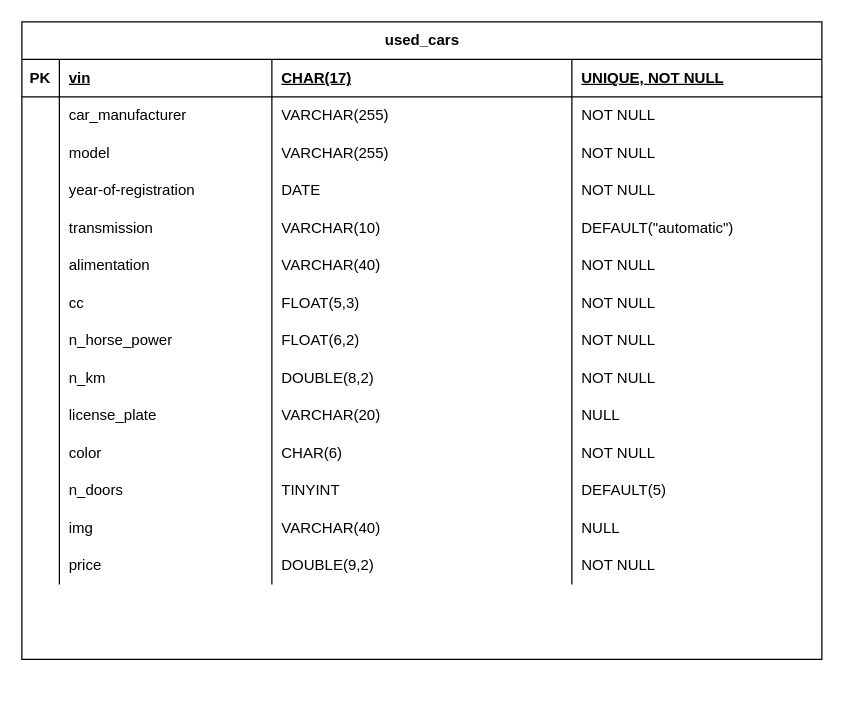
Before: db-first.drawio in VitaFrancesco/db-first, a draw.io diagram. Source tidied: cells renumbered, new cells numbered last; positions are measured from the earlier drawing's top-left corner, leaving out a move shared by most shapes. Both pictures are drawn from the tidied source at 125%, with x=0, y=0 at pixel (21, 21).
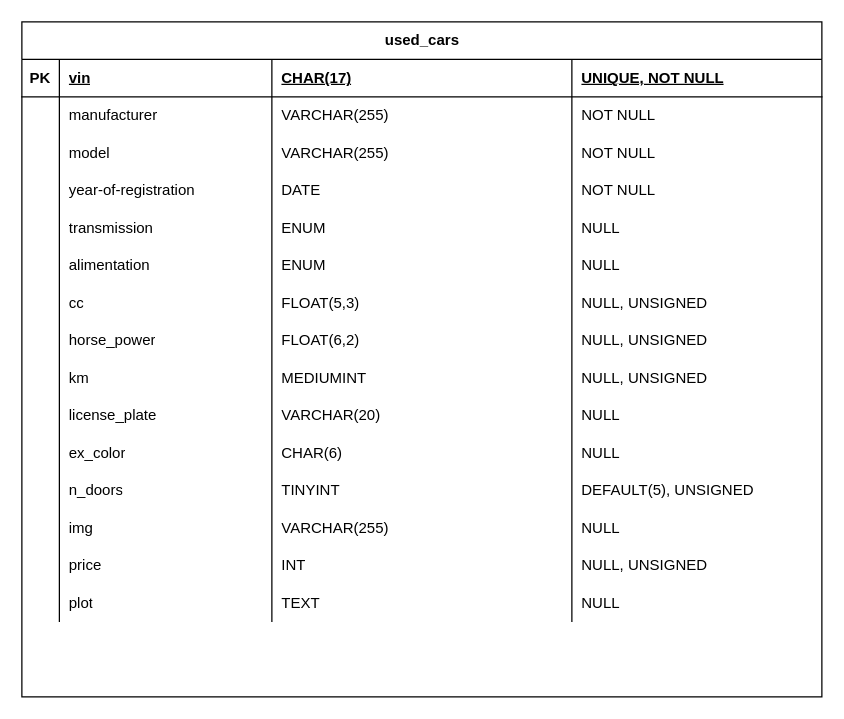
Above is the later version.

Commit message (it also covers changes not shown here):
FEAT: table of database structure

Unchanged cells that the change refers to:
```xml
<mxCell id="8" style="shape=tableRow;horizontal=0;startSize=0;swimlaneHead=0;swimlaneBody=0;fillColor=none;top=0;left=0;right=0;bottom=0;" parent="2" vertex="1">
  <mxGeometry y="60" width="640" height="30" as="geometry" />
</mxCell>
<mxCell id="23" style="shape=tableRow;horizontal=0;startSize=0;swimlaneHead=0;swimlaneBody=0;fillColor=none;top=0;left=0;right=0;bottom=0;" parent="2" vertex="1">
  <mxGeometry y="150" width="640" height="30" as="geometry" />
</mxCell>
<mxCell id="28" style="shape=tableRow;horizontal=0;startSize=0;swimlaneHead=0;swimlaneBody=0;fillColor=none;top=0;left=0;right=0;bottom=0;" parent="2" vertex="1">
  <mxGeometry y="180" width="640" height="30" as="geometry" />
</mxCell>
<mxCell id="33" style="shape=tableRow;horizontal=0;startSize=0;swimlaneHead=0;swimlaneBody=0;fillColor=none;top=0;left=0;right=0;bottom=0;" parent="2" vertex="1">
  <mxGeometry y="210" width="640" height="30" as="geometry" />
</mxCell>
<mxCell id="38" style="shape=tableRow;horizontal=0;startSize=0;swimlaneHead=0;swimlaneBody=0;fillColor=none;top=0;left=0;right=0;bottom=0;" parent="2" vertex="1">
  <mxGeometry y="240" width="640" height="30" as="geometry" />
</mxCell>
<mxCell id="43" style="shape=tableRow;horizontal=0;startSize=0;swimlaneHead=0;swimlaneBody=0;fillColor=none;top=0;left=0;right=0;bottom=0;" parent="2" vertex="1">
  <mxGeometry y="270" width="640" height="30" as="geometry" />
</mxCell>
<mxCell id="53" style="shape=tableRow;horizontal=0;startSize=0;swimlaneHead=0;swimlaneBody=0;fillColor=none;top=0;left=0;right=0;bottom=0;" parent="2" vertex="1">
  <mxGeometry y="330" width="640" height="30" as="geometry" />
</mxCell>
<mxCell id="58" style="shape=tableRow;horizontal=0;startSize=0;swimlaneHead=0;swimlaneBody=0;fillColor=none;top=0;left=0;right=0;bottom=0;" parent="2" vertex="1">
  <mxGeometry y="360" width="640" height="30" as="geometry" />
</mxCell>
<mxCell id="63" style="shape=tableRow;horizontal=0;startSize=0;swimlaneHead=0;swimlaneBody=0;fillColor=none;top=0;left=0;right=0;bottom=0;" parent="2" vertex="1">
  <mxGeometry y="390" width="640" height="30" as="geometry" />
</mxCell>
<mxCell id="68" style="shape=tableRow;horizontal=0;startSize=0;swimlaneHead=0;swimlaneBody=0;fillColor=none;top=0;left=0;right=0;bottom=0;" parent="2" vertex="1">
  <mxGeometry y="420" width="640" height="30" as="geometry" />
</mxCell>
```

Change to the diagram source:
```diff
@@
     <mxCell id="2" value="used_cars" style="shape=table;startSize=30;childLayout=tableLayout;rowLines=0;fontStyle=1;align=center;html=1;strokeColor=default;swimlaneLine=1;" parent="1" vertex="1">
-      <mxGeometry width="640" height="510" as="geometry" />
+      <mxGeometry width="640" height="540" as="geometry" />
     </mxCell>
@@
-    <mxCell id="10" value="car_manufacturer" style="shape=partialRectangle;fillColor=none;top=0;left=0;bottom=0;right=0;align=left;spacingLeft=6;overflow=hidden;whiteSpace=wrap;html=1;" parent="8" vertex="1">
+    <mxCell id="10" value="&lt;div&gt;&lt;span style=&quot;background-color: initial;&quot;&gt;manufacturer&lt;/span&gt;&lt;/div&gt;" style="shape=partialRectangle;fillColor=none;top=0;left=0;bottom=0;right=0;align=left;spacingLeft=6;overflow=hidden;whiteSpace=wrap;html=1;" parent="8" vertex="1">
       <mxGeometry x="30" width="170" height="30" as="geometry" />
     </mxCell>
@@
-    <mxCell id="26" value="VARCHAR(10)" style="shape=partialRectangle;fillColor=none;top=0;left=0;bottom=0;right=0;align=left;spacingLeft=6;overflow=hidden;whiteSpace=wrap;html=1;" parent="23" vertex="1">
+    <mxCell id="26" value="ENUM" style="shape=partialRectangle;fillColor=none;top=0;left=0;bottom=0;right=0;align=left;spacingLeft=6;overflow=hidden;whiteSpace=wrap;html=1;" parent="23" vertex="1">
       <mxGeometry x="200" width="240" height="30" as="geometry" />
     </mxCell>
-    <mxCell id="27" value="DEFAULT(&quot;automatic&quot;)" style="shape=partialRectangle;fillColor=none;top=0;left=0;bottom=0;right=0;align=left;spacingLeft=6;overflow=hidden;whiteSpace=wrap;html=1;" parent="23" vertex="1">
+    <mxCell id="27" value="NULL" style="shape=partialRectangle;fillColor=none;top=0;left=0;bottom=0;right=0;align=left;spacingLeft=6;overflow=hidden;whiteSpace=wrap;html=1;" parent="23" vertex="1">
       <mxGeometry x="440" width="200" height="30" as="geometry" />
     </mxCell>
@@
-    <mxCell id="31" value="VARCHAR(40)" style="shape=partialRectangle;fillColor=none;top=0;left=0;bottom=0;right=0;align=left;spacingLeft=6;overflow=hidden;whiteSpace=wrap;html=1;" parent="28" vertex="1">
+    <mxCell id="31" value="ENUM" style="shape=partialRectangle;fillColor=none;top=0;left=0;bottom=0;right=0;align=left;spacingLeft=6;overflow=hidden;whiteSpace=wrap;html=1;" parent="28" vertex="1">
       <mxGeometry x="200" width="240" height="30" as="geometry" />
     </mxCell>
-    <mxCell id="32" value="NOT NULL" style="shape=partialRectangle;fillColor=none;top=0;left=0;bottom=0;right=0;align=left;spacingLeft=6;overflow=hidden;whiteSpace=wrap;html=1;" parent="28" vertex="1">
+    <mxCell id="32" value="NULL" style="shape=partialRectangle;fillColor=none;top=0;left=0;bottom=0;right=0;align=left;spacingLeft=6;overflow=hidden;whiteSpace=wrap;html=1;" parent="28" vertex="1">
       <mxGeometry x="440" width="200" height="30" as="geometry" />
     </mxCell>
@@
-    <mxCell id="37" value="NOT NULL" style="shape=partialRectangle;fillColor=none;top=0;left=0;bottom=0;right=0;align=left;spacingLeft=6;overflow=hidden;whiteSpace=wrap;html=1;" parent="33" vertex="1">
+    <mxCell id="37" value="NULL, UNSIGNED" style="shape=partialRectangle;fillColor=none;top=0;left=0;bottom=0;right=0;align=left;spacingLeft=6;overflow=hidden;whiteSpace=wrap;html=1;" parent="33" vertex="1">
       <mxGeometry x="440" width="200" height="30" as="geometry" />
     </mxCell>
@@
-    <mxCell id="40" value="n_horse_power" style="shape=partialRectangle;fillColor=none;top=0;left=0;bottom=0;right=0;align=left;spacingLeft=6;overflow=hidden;whiteSpace=wrap;html=1;" parent="38" vertex="1">
+    <mxCell id="40" value="horse_power" style="shape=partialRectangle;fillColor=none;top=0;left=0;bottom=0;right=0;align=left;spacingLeft=6;overflow=hidden;whiteSpace=wrap;html=1;" parent="38" vertex="1">
       <mxGeometry x="30" width="170" height="30" as="geometry" />
     </mxCell>
@@
-    <mxCell id="42" value="NOT NULL" style="shape=partialRectangle;fillColor=none;top=0;left=0;bottom=0;right=0;align=left;spacingLeft=6;overflow=hidden;whiteSpace=wrap;html=1;" parent="38" vertex="1">
+    <mxCell id="42" value="NULL, UNSIGNED" style="shape=partialRectangle;fillColor=none;top=0;left=0;bottom=0;right=0;align=left;spacingLeft=6;overflow=hidden;whiteSpace=wrap;html=1;" parent="38" vertex="1">
       <mxGeometry x="440" width="200" height="30" as="geometry" />
     </mxCell>
@@
-    <mxCell id="45" value="n_km" style="shape=partialRectangle;fillColor=none;top=0;left=0;bottom=0;right=0;align=left;spacingLeft=6;overflow=hidden;whiteSpace=wrap;html=1;" parent="43" vertex="1">
+    <mxCell id="45" value="km" style="shape=partialRectangle;fillColor=none;top=0;left=0;bottom=0;right=0;align=left;spacingLeft=6;overflow=hidden;whiteSpace=wrap;html=1;" parent="43" vertex="1">
       <mxGeometry x="30" width="170" height="30" as="geometry" />
     </mxCell>
-    <mxCell id="46" value="DOUBLE(8,2)" style="shape=partialRectangle;fillColor=none;top=0;left=0;bottom=0;right=0;align=left;spacingLeft=6;overflow=hidden;whiteSpace=wrap;html=1;" parent="43" vertex="1">
+    <mxCell id="46" value="MEDIUMINT" style="shape=partialRectangle;fillColor=none;top=0;left=0;bottom=0;right=0;align=left;spacingLeft=6;overflow=hidden;whiteSpace=wrap;html=1;" parent="43" vertex="1">
       <mxGeometry x="200" width="240" height="30" as="geometry" />
     </mxCell>
-    <mxCell id="47" value="NOT NULL" style="shape=partialRectangle;fillColor=none;top=0;left=0;bottom=0;right=0;align=left;spacingLeft=6;overflow=hidden;whiteSpace=wrap;html=1;" parent="43" vertex="1">
+    <mxCell id="47" value="NULL, UNSIGNED" style="shape=partialRectangle;fillColor=none;top=0;left=0;bottom=0;right=0;align=left;spacingLeft=6;overflow=hidden;whiteSpace=wrap;html=1;" parent="43" vertex="1">
       <mxGeometry x="440" width="200" height="30" as="geometry" />
     </mxCell>
@@
-    <mxCell id="55" value="color" style="shape=partialRectangle;fillColor=none;top=0;left=0;bottom=0;right=0;align=left;spacingLeft=6;overflow=hidden;whiteSpace=wrap;html=1;" parent="53" vertex="1">
+    <mxCell id="55" value="ex_color" style="shape=partialRectangle;fillColor=none;top=0;left=0;bottom=0;right=0;align=left;spacingLeft=6;overflow=hidden;whiteSpace=wrap;html=1;" parent="53" vertex="1">
       <mxGeometry x="30" width="170" height="30" as="geometry" />
     </mxCell>
@@
-    <mxCell id="57" value="NOT NULL" style="shape=partialRectangle;fillColor=none;top=0;left=0;bottom=0;right=0;align=left;spacingLeft=6;overflow=hidden;whiteSpace=wrap;html=1;" parent="53" vertex="1">
+    <mxCell id="57" value="NULL" style="shape=partialRectangle;fillColor=none;top=0;left=0;bottom=0;right=0;align=left;spacingLeft=6;overflow=hidden;whiteSpace=wrap;html=1;" parent="53" vertex="1">
       <mxGeometry x="440" width="200" height="30" as="geometry" />
     </mxCell>
@@
-    <mxCell id="62" value="DEFAULT(5)" style="shape=partialRectangle;fillColor=none;top=0;left=0;bottom=0;right=0;align=left;spacingLeft=6;overflow=hidden;whiteSpace=wrap;html=1;" parent="58" vertex="1">
+    <mxCell id="62" value="DEFAULT(5), UNSIGNED" style="shape=partialRectangle;fillColor=none;top=0;left=0;bottom=0;right=0;align=left;spacingLeft=6;overflow=hidden;whiteSpace=wrap;html=1;" parent="58" vertex="1">
       <mxGeometry x="440" width="200" height="30" as="geometry" />
     </mxCell>
@@
-    <mxCell id="66" value="VARCHAR(40)" style="shape=partialRectangle;fillColor=none;top=0;left=0;bottom=0;right=0;align=left;spacingLeft=6;overflow=hidden;whiteSpace=wrap;html=1;" parent="63" vertex="1">
+    <mxCell id="66" value="VARCHAR(255)" style="shape=partialRectangle;fillColor=none;top=0;left=0;bottom=0;right=0;align=left;spacingLeft=6;overflow=hidden;whiteSpace=wrap;html=1;" parent="63" vertex="1">
       <mxGeometry x="200" width="240" height="30" as="geometry" />
     </mxCell>
@@
-    <mxCell id="71" value="DOUBLE(9,2)" style="shape=partialRectangle;fillColor=none;top=0;left=0;bottom=0;right=0;align=left;spacingLeft=6;overflow=hidden;whiteSpace=wrap;html=1;" parent="68" vertex="1">
+    <mxCell id="71" value="INT" style="shape=partialRectangle;fillColor=none;top=0;left=0;bottom=0;right=0;align=left;spacingLeft=6;overflow=hidden;whiteSpace=wrap;html=1;" parent="68" vertex="1">
       <mxGeometry x="200" width="240" height="30" as="geometry" />
     </mxCell>
-    <mxCell id="72" value="NOT NULL" style="shape=partialRectangle;fillColor=none;top=0;left=0;bottom=0;right=0;align=left;spacingLeft=6;overflow=hidden;whiteSpace=wrap;html=1;" parent="68" vertex="1">
+    <mxCell id="72" value="NULL, UNSIGNED" style="shape=partialRectangle;fillColor=none;top=0;left=0;bottom=0;right=0;align=left;spacingLeft=6;overflow=hidden;whiteSpace=wrap;html=1;" parent="68" vertex="1">
       <mxGeometry x="440" width="200" height="30" as="geometry" />
     </mxCell>
+    <mxCell id="73" style="shape=tableRow;horizontal=0;startSize=0;swimlaneHead=0;swimlaneBody=0;fillColor=none;top=0;left=0;right=0;bottom=0;" parent="2" vertex="1">
+      <mxGeometry y="450" width="640" height="30" as="geometry" />
+    </mxCell>
+    <mxCell id="74" style="shape=partialRectangle;fillColor=none;top=0;left=0;bottom=0;right=0;overflow=hidden;whiteSpace=wrap;html=1;" parent="73" vertex="1">
+      <mxGeometry width="30" height="30" as="geometry" />
+    </mxCell>
+    <mxCell id="75" value="plot" style="shape=partialRectangle;fillColor=none;top=0;left=0;bottom=0;right=0;align=left;spacingLeft=6;overflow=hidden;whiteSpace=wrap;html=1;" parent="73" vertex="1">
+      <mxGeometry x="30" width="170" height="30" as="geometry" />
+    </mxCell>
+    <mxCell id="76" value="TEXT" style="shape=partialRectangle;fillColor=none;top=0;left=0;bottom=0;right=0;align=left;spacingLeft=6;overflow=hidden;whiteSpace=wrap;html=1;" parent="73" vertex="1">
+      <mxGeometry x="200" width="240" height="30" as="geometry" />
+    </mxCell>
+    <mxCell id="77" value="NULL" style="shape=partialRectangle;fillColor=none;top=0;left=0;bottom=0;right=0;align=left;spacingLeft=6;overflow=hidden;whiteSpace=wrap;html=1;" parent="73" vertex="1">
+      <mxGeometry x="440" width="200" height="30" as="geometry" />
+    </mxCell>
```
